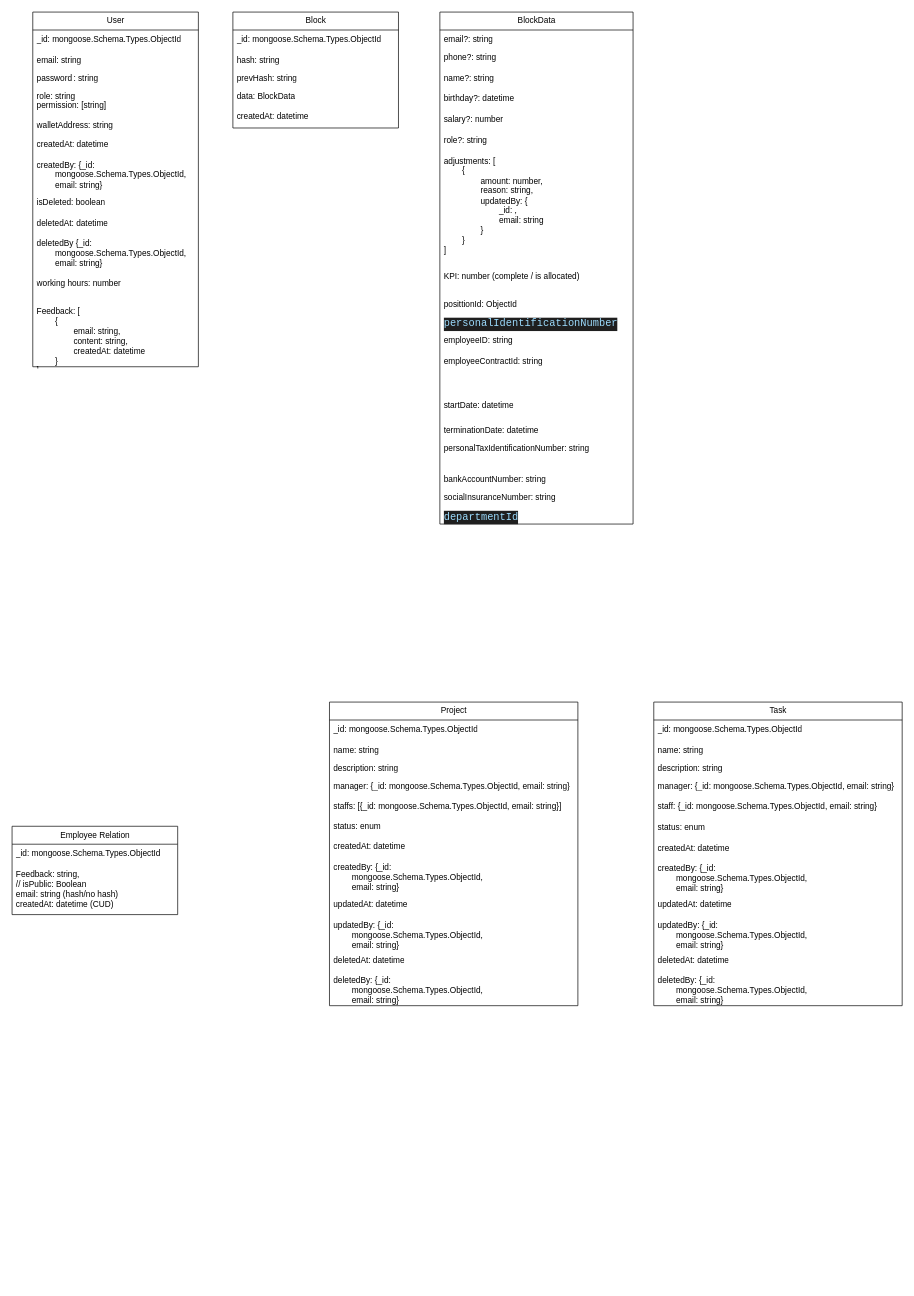
This is Models/database-model.drawio from trandinh0506/CoreChainServer, a draw.io file, before an edit. Source tidied: cells renumbered, new cells numbered last; positions are measured from the earlier drawing's top-left corner, leaving out a move shared by most shapes. Both pictures are drawn from the tidied source at 69%, with x=0, y=0 at pixel (12, 12).
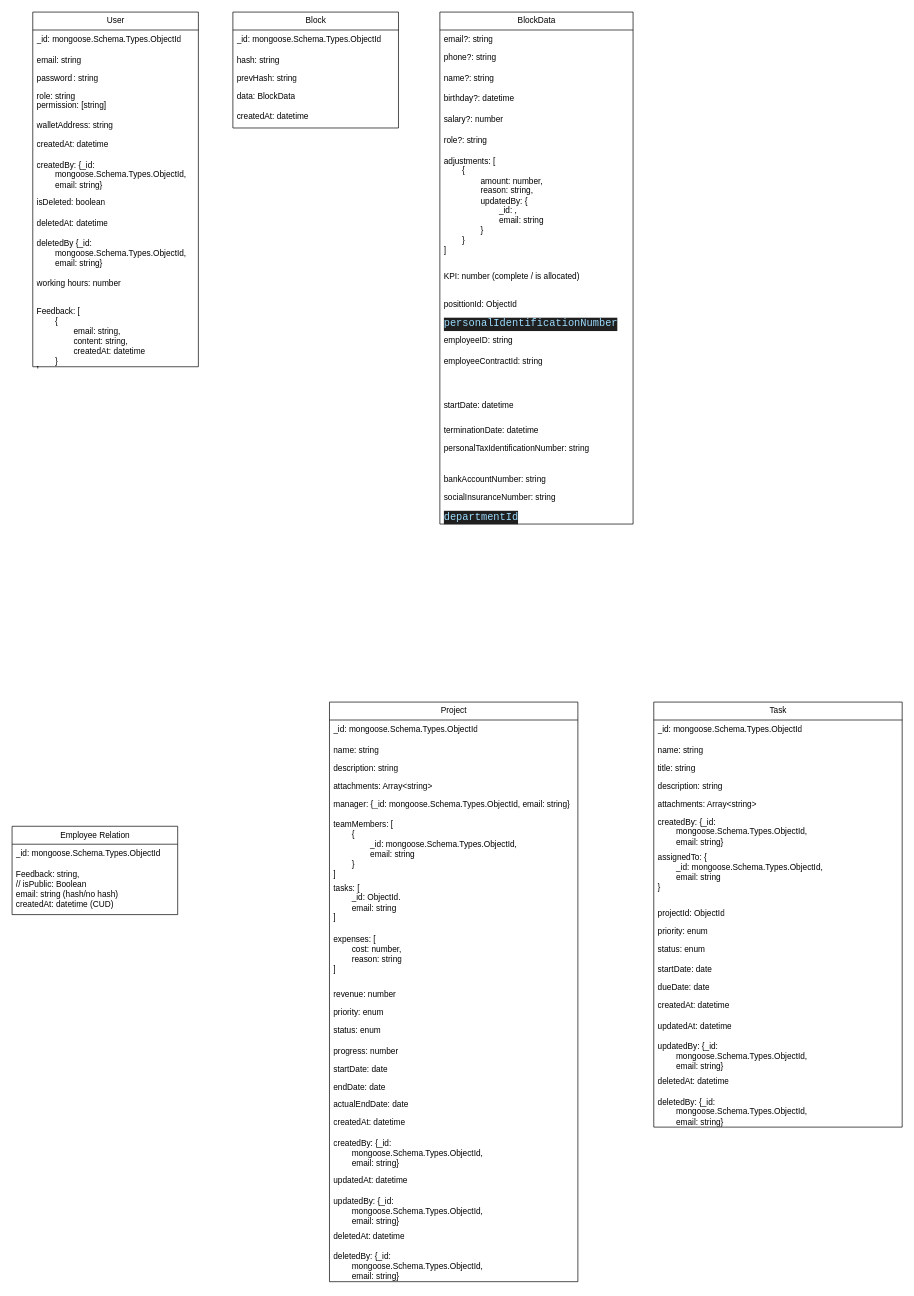
The same diagram, later.

Change to the diagram source:
```diff
@@
     <mxCell id="40" value="Project" style="swimlane;fontStyle=0;horizontal=1;startSize=26;fillColor=none;html=1;" parent="1" vertex="1">
-      <mxGeometry x="460" y="1000" width="360" height="440" as="geometry" />
+      <mxGeometry x="460" y="1000" width="360" height="840" as="geometry" />
     </mxCell>
@@
+    <mxCell id="69" value="attachments: Array&amp;lt;string&amp;gt;" style="text;strokeColor=none;fillColor=none;align=left;verticalAlign=top;spacingLeft=4;spacingRight=4;overflow=hidden;whiteSpace=wrap;html=1;" parent="40" vertex="1">
+      <mxGeometry y="108" width="360" height="26" as="geometry" />
+    </mxCell>
     <mxCell id="44" value="manager: {_id: mongoose.Schema.Types.ObjectId, email: string&lt;span style=&quot;background-color: transparent; color: light-dark(rgb(0, 0, 0), rgb(255, 255, 255));&quot;&gt;}&lt;/span&gt;" style="text;strokeColor=none;fillColor=none;spacingLeft=4;spacingRight=4;overflow=hidden;fontSize=12;whiteSpace=wrap;html=1;" parent="40" vertex="1">
-      <mxGeometry y="108" width="360" height="30" as="geometry" />
+      <mxGeometry y="134" width="360" height="30" as="geometry" />
     </mxCell>
-    <mxCell id="45" value="staffs: [{_id: mongoose.Schema.Types.ObjectId, email: string&lt;span style=&quot;color: light-dark(rgb(0, 0, 0), rgb(255, 255, 255)); background-color: transparent;&quot;&gt;}]&lt;/span&gt;" style="text;strokeColor=none;fillColor=none;align=left;verticalAlign=top;spacingLeft=4;spacingRight=4;overflow=hidden;whiteSpace=wrap;html=1;" parent="40" vertex="1">
-      <mxGeometry y="138" width="360" height="28" as="geometry" />
+    <mxCell id="45" value="teamMembers: [&lt;div&gt;&lt;span style=&quot;white-space: pre;&quot;&gt;&#9;&lt;/span&gt;{&lt;/div&gt;&lt;div&gt;&lt;span style=&quot;white-space: pre;&quot;&gt;&#9;&lt;/span&gt;&lt;span style=&quot;white-space: pre;&quot;&gt;&#9;&lt;/span&gt;_id: mongoose.Schema.Types.ObjectId,&amp;nbsp;&lt;/div&gt;&lt;div&gt;&lt;span style=&quot;white-space: pre;&quot;&gt;&#9;&lt;/span&gt;&lt;span style=&quot;white-space: pre;&quot;&gt;&#9;&lt;/span&gt;email: string&lt;/div&gt;&lt;div&gt;&lt;span style=&quot;color: light-dark(rgb(0, 0, 0), rgb(255, 255, 255)); background-color: transparent;&quot;&gt;&lt;span style=&quot;white-space: pre;&quot;&gt;&#9;&lt;/span&gt;}&lt;/span&gt;&lt;/div&gt;&lt;div&gt;&lt;span style=&quot;color: light-dark(rgb(0, 0, 0), rgb(255, 255, 255)); background-color: transparent;&quot;&gt;]&lt;/span&gt;&lt;/div&gt;" style="text;strokeColor=none;fillColor=none;align=left;verticalAlign=top;spacingLeft=4;spacingRight=4;overflow=hidden;whiteSpace=wrap;html=1;" parent="40" vertex="1">
+      <mxGeometry y="164" width="360" height="92" as="geometry" />
     </mxCell>
+    <mxCell id="70" value="tasks: [&lt;div&gt;&lt;span style=&quot;white-space: pre;&quot;&gt;&#9;&lt;/span&gt;_id: ObjectId.&lt;br&gt;&lt;/div&gt;&lt;div&gt;&lt;span style=&quot;white-space: pre;&quot;&gt;&#9;&lt;/span&gt;email: string&lt;br&gt;&lt;/div&gt;&lt;div&gt;]&lt;/div&gt;" style="text;strokeColor=none;fillColor=none;align=left;verticalAlign=top;spacingLeft=4;spacingRight=4;overflow=hidden;whiteSpace=wrap;html=1;" parent="40" vertex="1">
+      <mxGeometry y="256" width="360" height="74" as="geometry" />
+    </mxCell>
+    <mxCell id="71" value="expenses: [&lt;div&gt;&lt;span style=&quot;white-space: pre;&quot;&gt;&#9;&lt;/span&gt;cost: number,&lt;br&gt;&lt;/div&gt;&lt;div&gt;&lt;span style=&quot;white-space: pre;&quot;&gt;&#9;&lt;/span&gt;reason: string&lt;br&gt;&lt;/div&gt;&lt;div&gt;]&lt;div&gt;&lt;br&gt;&lt;/div&gt;&lt;/div&gt;" style="text;strokeColor=none;fillColor=none;align=left;verticalAlign=top;spacingLeft=4;spacingRight=4;overflow=hidden;whiteSpace=wrap;html=1;" parent="40" vertex="1">
+      <mxGeometry y="330" width="360" height="80" as="geometry" />
+    </mxCell>
+    <mxCell id="72" value="revenue: number" style="text;strokeColor=none;fillColor=none;align=left;verticalAlign=top;spacingLeft=4;spacingRight=4;overflow=hidden;whiteSpace=wrap;html=1;" parent="40" vertex="1">
+      <mxGeometry y="410" width="360" height="26" as="geometry" />
+    </mxCell>
+    <mxCell id="73" value="priority: enum" style="text;strokeColor=none;fillColor=none;align=left;verticalAlign=top;spacingLeft=4;spacingRight=4;overflow=hidden;whiteSpace=wrap;html=1;" parent="40" vertex="1">
+      <mxGeometry y="436" width="360" height="26" as="geometry" />
+    </mxCell>
     <mxCell id="46" value="status: enum" style="text;strokeColor=none;fillColor=none;spacingLeft=4;spacingRight=4;overflow=hidden;fontSize=12;whiteSpace=wrap;html=1;" parent="40" vertex="1">
-      <mxGeometry y="166" width="360" height="30" as="geometry" />
+      <mxGeometry y="462" width="360" height="30" as="geometry" />
     </mxCell>
+    <mxCell id="74" value="progress: number" style="text;strokeColor=none;fillColor=none;align=left;verticalAlign=top;spacingLeft=4;spacingRight=4;overflow=hidden;whiteSpace=wrap;html=1;" parent="40" vertex="1">
+      <mxGeometry y="492" width="360" height="26" as="geometry" />
+    </mxCell>
+    <mxCell id="75" value="startDate: date" style="text;strokeColor=none;fillColor=none;align=left;verticalAlign=top;spacingLeft=4;spacingRight=4;overflow=hidden;whiteSpace=wrap;html=1;" parent="40" vertex="1">
+      <mxGeometry y="518" width="360" height="26" as="geometry" />
+    </mxCell>
+    <mxCell id="76" value="endDate: date" style="text;strokeColor=none;fillColor=none;align=left;verticalAlign=top;spacingLeft=4;spacingRight=4;overflow=hidden;whiteSpace=wrap;html=1;" parent="40" vertex="1">
+      <mxGeometry y="544" width="360" height="26" as="geometry" />
+    </mxCell>
+    <mxCell id="77" value="actualEndDate: date" style="text;strokeColor=none;fillColor=none;align=left;verticalAlign=top;spacingLeft=4;spacingRight=4;overflow=hidden;whiteSpace=wrap;html=1;" parent="40" vertex="1">
+      <mxGeometry y="570" width="360" height="26" as="geometry" />
+    </mxCell>
     <mxCell id="47" value="createdAt: datetime" style="text;strokeColor=none;fillColor=none;spacingLeft=4;spacingRight=4;overflow=hidden;fontSize=12;whiteSpace=wrap;html=1;" parent="40" vertex="1">
-      <mxGeometry y="196" width="360" height="30" as="geometry" />
+      <mxGeometry y="596" width="360" height="30" as="geometry" />
     </mxCell>
     <mxCell id="48" value="createdBy: {_id:&lt;div&gt;&lt;span style=&quot;white-space: pre;&quot;&gt;&#9;&lt;/span&gt;mongoose.Schema.Types.ObjectId,&lt;div&gt;&lt;span style=&quot;white-space: pre;&quot;&gt;&#9;&lt;/span&gt;email: string}&lt;/div&gt;&lt;/div&gt;" style="text;strokeColor=none;fillColor=none;spacingLeft=4;spacingRight=4;overflow=hidden;fontSize=12;whiteSpace=wrap;html=1;" parent="40" vertex="1">
-      <mxGeometry y="226" width="360" height="54" as="geometry" />
+      <mxGeometry y="626" width="360" height="54" as="geometry" />
     </mxCell>
     <mxCell id="49" value="updatedAt: datetime" style="text;strokeColor=none;fillColor=none;spacingLeft=4;spacingRight=4;overflow=hidden;fontSize=12;whiteSpace=wrap;html=1;" parent="40" vertex="1">
-      <mxGeometry y="280" width="360" height="30" as="geometry" />
+      <mxGeometry y="680" width="360" height="30" as="geometry" />
     </mxCell>
     <mxCell id="50" value="updatedBy: {_id:&lt;div&gt;&lt;span style=&quot;white-space: pre;&quot;&gt;&#9;&lt;/span&gt;mongoose.Schema.Types.ObjectId,&lt;div&gt;&lt;span style=&quot;white-space: pre;&quot;&gt;&#9;&lt;/span&gt;email: string}&lt;/div&gt;&lt;/div&gt;" style="text;strokeColor=none;fillColor=none;spacingLeft=4;spacingRight=4;overflow=hidden;fontSize=12;whiteSpace=wrap;html=1;" parent="40" vertex="1">
-      <mxGeometry y="310" width="360" height="50" as="geometry" />
+      <mxGeometry y="710" width="360" height="50" as="geometry" />
     </mxCell>
     <mxCell id="51" value="deletedAt: datetime" style="text;strokeColor=none;fillColor=none;spacingLeft=4;spacingRight=4;overflow=hidden;fontSize=12;whiteSpace=wrap;html=1;" parent="40" vertex="1">
-      <mxGeometry y="360" width="360" height="30" as="geometry" />
+      <mxGeometry y="760" width="360" height="30" as="geometry" />
     </mxCell>
     <mxCell id="52" value="deletedBy: {_id:&lt;div&gt;&lt;span style=&quot;white-space: pre;&quot;&gt;&#9;&lt;/span&gt;mongoose.Schema.Types.ObjectId,&lt;div&gt;&lt;span style=&quot;white-space: pre;&quot;&gt;&#9;&lt;/span&gt;email: string}&lt;/div&gt;&lt;/div&gt;" style="text;strokeColor=none;fillColor=none;spacingLeft=4;spacingRight=4;overflow=hidden;fontSize=12;whiteSpace=wrap;html=1;" parent="40" vertex="1">
-      <mxGeometry y="390" width="360" height="50" as="geometry" />
+      <mxGeometry y="790" width="360" height="50" as="geometry" />
     </mxCell>
     <mxCell id="53" value="Task" style="swimlane;fontStyle=0;horizontal=1;startSize=26;fillColor=none;html=1;" parent="1" vertex="1">
-      <mxGeometry x="930" y="1000" width="360" height="440" as="geometry" />
+      <mxGeometry x="930" y="1000" width="360" height="616" as="geometry" />
     </mxCell>
@@
+    <mxCell id="78" value="title: string" style="text;strokeColor=none;fillColor=none;align=left;verticalAlign=top;spacingLeft=4;spacingRight=4;overflow=hidden;whiteSpace=wrap;html=1;" parent="53" vertex="1">
+      <mxGeometry y="82" width="360" height="26" as="geometry" />
+    </mxCell>
     <mxCell id="56" value="description: string" style="text;strokeColor=none;fillColor=none;align=left;verticalAlign=top;spacingLeft=4;spacingRight=4;overflow=hidden;whiteSpace=wrap;html=1;" parent="53" vertex="1">
-      <mxGeometry y="82" width="360" height="26" as="geometry" />
+      <mxGeometry y="108" width="360" height="26" as="geometry" />
     </mxCell>
-    <mxCell id="57" value="manager: {_id: mongoose.Schema.Types.ObjectId, email: string&lt;span style=&quot;background-color: transparent; color: light-dark(rgb(0, 0, 0), rgb(255, 255, 255));&quot;&gt;}&lt;/span&gt;" style="text;strokeColor=none;fillColor=none;spacingLeft=4;spacingRight=4;overflow=hidden;fontSize=12;whiteSpace=wrap;html=1;" parent="53" vertex="1">
-      <mxGeometry y="108" width="360" height="30" as="geometry" />
-    </mxCell>
+    <mxCell id="79" value="attachments: Array&amp;lt;string&amp;gt;" style="text;strokeColor=none;fillColor=none;align=left;verticalAlign=top;spacingLeft=4;spacingRight=4;overflow=hidden;whiteSpace=wrap;html=1;" parent="53" vertex="1">
+      <mxGeometry y="134" width="360" height="26" as="geometry" />
+    </mxCell>
+    <mxCell id="61" value="createdBy: {_id:&lt;div&gt;&lt;span style=&quot;white-space: pre;&quot;&gt;&#9;&lt;/span&gt;mongoose.Schema.Types.ObjectId,&lt;div&gt;&lt;span style=&quot;white-space: pre;&quot;&gt;&#9;&lt;/span&gt;email: string}&lt;/div&gt;&lt;/div&gt;&lt;div&gt;&lt;br&gt;&lt;/div&gt;" style="text;strokeColor=none;fillColor=none;spacingLeft=4;spacingRight=4;overflow=hidden;fontSize=12;whiteSpace=wrap;html=1;" parent="53" vertex="1">
+      <mxGeometry y="160" width="360" height="52" as="geometry" />
+    </mxCell>
-    <mxCell id="58" value="staff: {_id: mongoose.Schema.Types.ObjectId, email: string&lt;span style=&quot;color: light-dark(rgb(0, 0, 0), rgb(255, 255, 255)); background-color: transparent;&quot;&gt;}&lt;/span&gt;" style="text;strokeColor=none;fillColor=none;spacingLeft=4;spacingRight=4;overflow=hidden;fontSize=12;whiteSpace=wrap;html=1;" parent="53" vertex="1">
-      <mxGeometry y="138" width="360" height="30" as="geometry" />
+    <mxCell id="58" value="assignedTo: {&lt;div&gt;&lt;span style=&quot;white-space: pre;&quot;&gt;&#9;&lt;/span&gt;_id: mongoose.Schema.Types.ObjectId,&amp;nbsp;&lt;/div&gt;&lt;div&gt;&lt;span style=&quot;white-space: pre;&quot;&gt;&#9;&lt;/span&gt;email: string&lt;/div&gt;&lt;div&gt;&lt;span style=&quot;color: light-dark(rgb(0, 0, 0), rgb(255, 255, 255)); background-color: transparent;&quot;&gt;}&lt;/span&gt;&lt;/div&gt;" style="text;strokeColor=none;fillColor=none;spacingLeft=4;spacingRight=4;overflow=hidden;fontSize=12;whiteSpace=wrap;html=1;" parent="53" vertex="1">
+      <mxGeometry y="212" width="360" height="80" as="geometry" />
     </mxCell>
+    <mxCell id="80" value="projectId: ObjectId" style="text;strokeColor=none;fillColor=none;align=left;verticalAlign=top;spacingLeft=4;spacingRight=4;overflow=hidden;whiteSpace=wrap;html=1;" parent="53" vertex="1">
+      <mxGeometry y="292" width="360" height="26" as="geometry" />
+    </mxCell>
+    <mxCell id="81" value="priority: enum" style="text;strokeColor=none;fillColor=none;align=left;verticalAlign=top;spacingLeft=4;spacingRight=4;overflow=hidden;whiteSpace=wrap;html=1;" parent="53" vertex="1">
+      <mxGeometry y="318" width="360" height="26" as="geometry" />
+    </mxCell>
     <mxCell id="59" value="status: enum" style="text;strokeColor=none;fillColor=none;spacingLeft=4;spacingRight=4;overflow=hidden;fontSize=12;whiteSpace=wrap;html=1;" parent="53" vertex="1">
-      <mxGeometry y="168" width="360" height="30" as="geometry" />
+      <mxGeometry y="344" width="360" height="30" as="geometry" />
     </mxCell>
+    <mxCell id="82" value="startDate: date" style="text;strokeColor=none;fillColor=none;align=left;verticalAlign=top;spacingLeft=4;spacingRight=4;overflow=hidden;whiteSpace=wrap;html=1;" parent="53" vertex="1">
+      <mxGeometry y="374" width="360" height="26" as="geometry" />
+    </mxCell>
+    <mxCell id="83" value="dueDate: date" style="text;strokeColor=none;fillColor=none;align=left;verticalAlign=top;spacingLeft=4;spacingRight=4;overflow=hidden;whiteSpace=wrap;html=1;" parent="53" vertex="1">
+      <mxGeometry y="400" width="360" height="26" as="geometry" />
+    </mxCell>
     <mxCell id="60" value="createdAt: datetime" style="text;strokeColor=none;fillColor=none;spacingLeft=4;spacingRight=4;overflow=hidden;fontSize=12;whiteSpace=wrap;html=1;" parent="53" vertex="1">
-      <mxGeometry y="198" width="360" height="30" as="geometry" />
+      <mxGeometry y="426" width="360" height="30" as="geometry" />
     </mxCell>
-    <mxCell id="61" value="createdBy: {_id:&lt;div&gt;&lt;span style=&quot;white-space: pre;&quot;&gt;&#9;&lt;/span&gt;mongoose.Schema.Types.ObjectId,&lt;div&gt;&lt;span style=&quot;white-space: pre;&quot;&gt;&#9;&lt;/span&gt;email: string}&lt;/div&gt;&lt;/div&gt;&lt;div&gt;&lt;br&gt;&lt;/div&gt;" style="text;strokeColor=none;fillColor=none;spacingLeft=4;spacingRight=4;overflow=hidden;fontSize=12;whiteSpace=wrap;html=1;" parent="53" vertex="1">
-      <mxGeometry y="228" width="360" height="52" as="geometry" />
-    </mxCell>
     <mxCell id="62" value="updatedAt: datetime" style="text;strokeColor=none;fillColor=none;spacingLeft=4;spacingRight=4;overflow=hidden;fontSize=12;whiteSpace=wrap;html=1;" parent="53" vertex="1">
-      <mxGeometry y="280" width="360" height="30" as="geometry" />
+      <mxGeometry y="456" width="360" height="30" as="geometry" />
     </mxCell>
     <mxCell id="63" value="updatedBy: {_id:&lt;div&gt;&lt;span style=&quot;white-space: pre;&quot;&gt;&#9;&lt;/span&gt;mongoose.Schema.Types.ObjectId,&lt;div&gt;&lt;span style=&quot;white-space: pre;&quot;&gt;&#9;&lt;/span&gt;email: string}&lt;/div&gt;&lt;/div&gt;" style="text;strokeColor=none;fillColor=none;spacingLeft=4;spacingRight=4;overflow=hidden;fontSize=12;whiteSpace=wrap;html=1;" parent="53" vertex="1">
-      <mxGeometry y="310" width="360" height="50" as="geometry" />
+      <mxGeometry y="486" width="360" height="50" as="geometry" />
     </mxCell>
     <mxCell id="64" value="deletedAt: datetime" style="text;strokeColor=none;fillColor=none;spacingLeft=4;spacingRight=4;overflow=hidden;fontSize=12;whiteSpace=wrap;html=1;" parent="53" vertex="1">
-      <mxGeometry y="360" width="360" height="30" as="geometry" />
+      <mxGeometry y="536" width="360" height="30" as="geometry" />
     </mxCell>
     <mxCell id="65" value="deletedBy: {_id:&lt;div&gt;&lt;span style=&quot;white-space: pre;&quot;&gt;&#9;&lt;/span&gt;mongoose.Schema.Types.ObjectId,&lt;div&gt;&lt;span style=&quot;white-space: pre;&quot;&gt;&#9;&lt;/span&gt;email: string}&lt;/div&gt;&lt;/div&gt;" style="text;strokeColor=none;fillColor=none;spacingLeft=4;spacingRight=4;overflow=hidden;fontSize=12;whiteSpace=wrap;html=1;" parent="53" vertex="1">
-      <mxGeometry y="390" width="360" height="50" as="geometry" />
+      <mxGeometry y="566" width="360" height="50" as="geometry" />
     </mxCell>
```
